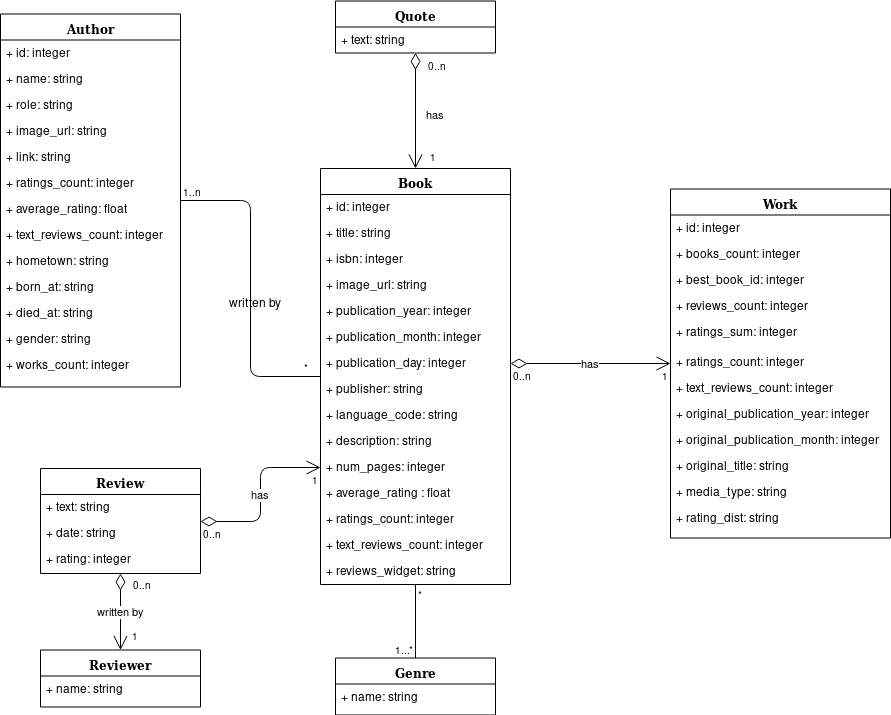
BeeMargarida/DAPI-FEUP keeps this draw.io diagram as reports/report_1/Data Model DAPI.png. Above is the earlier version. Source tidied: cells renumbered, new cells last; positions are measured from the earlier drawing's top-left corner, leaving out a move shared by most shapes.
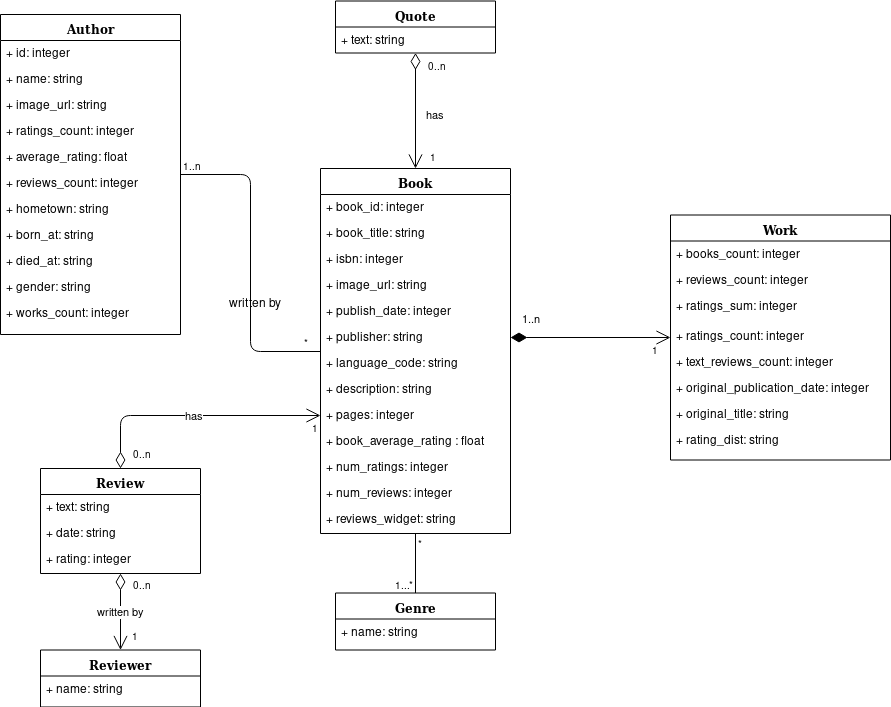
The same file after the commit.

Commit message:
updated data model png

Change to the diagram source:
```diff
@@ -3,7 +3,7 @@
     <mxCell id="0" />
     <mxCell id="1" parent="0" />
     <mxCell id="2" value="Author" style="swimlane;html=1;fontStyle=1;align=center;verticalAlign=top;horizontal=1;startSize=26;swimlaneFillColor=#ffffff;rounded=0;shadow=0;comic=0;labelBackgroundColor=none;strokeColor=#000000;strokeWidth=1;fillColor=none;fontFamily=Verdana;fontSize=12;fontColor=#000000;" parent="1" vertex="1">
-      <mxGeometry y="12.5" width="180" height="373" as="geometry" />
+      <mxGeometry y="13" width="180" height="320" as="geometry" />
     </mxCell>
     <mxCell id="3" value="+ id: integer" style="text;html=1;strokeColor=none;fillColor=none;align=left;verticalAlign=top;spacingLeft=4;spacingRight=4;whiteSpace=wrap;overflow=hidden;" parent="2" vertex="1">
       <mxGeometry y="26" width="180" height="26" as="geometry" />
@@ -11,46 +11,40 @@
     <mxCell id="4" value="+ name: string " style="text;html=1;strokeColor=none;fillColor=none;align=left;verticalAlign=top;spacingLeft=4;spacingRight=4;whiteSpace=wrap;overflow=hidden;" parent="2" vertex="1">
       <mxGeometry y="52" width="180" height="26" as="geometry" />
     </mxCell>
-    <mxCell id="5" value="+ role: string" style="text;html=1;strokeColor=none;fillColor=none;align=left;verticalAlign=top;spacingLeft=4;spacingRight=4;whiteSpace=wrap;overflow=hidden;" parent="2" vertex="1">
-      <mxGeometry y="78" width="180" height="26" as="geometry" />
-    </mxCell>
     <mxCell id="6" value="+ image_url: string" style="text;html=1;strokeColor=none;fillColor=none;align=left;verticalAlign=top;spacingLeft=4;spacingRight=4;whiteSpace=wrap;overflow=hidden;" parent="2" vertex="1">
-      <mxGeometry y="104" width="180" height="26" as="geometry" />
+      <mxGeometry y="78" width="180" height="26" as="geometry" />
     </mxCell>
-    <mxCell id="7" value="+ link: string" style="text;html=1;strokeColor=none;fillColor=none;align=left;verticalAlign=top;spacingLeft=4;spacingRight=4;whiteSpace=wrap;overflow=hidden;" parent="2" vertex="1">
-      <mxGeometry y="130" width="180" height="26" as="geometry" />
-    </mxCell>
     <mxCell id="8" value="+ ratings_count: integer" style="text;html=1;strokeColor=none;fillColor=none;align=left;verticalAlign=top;spacingLeft=4;spacingRight=4;whiteSpace=wrap;overflow=hidden;" parent="2" vertex="1">
-      <mxGeometry y="156" width="180" height="26" as="geometry" />
+      <mxGeometry y="104" width="180" height="26" as="geometry" />
     </mxCell>
     <mxCell id="9" value="+ average_rating: float" style="text;html=1;strokeColor=none;fillColor=none;align=left;verticalAlign=top;spacingLeft=4;spacingRight=4;whiteSpace=wrap;overflow=hidden;" parent="2" vertex="1">
-      <mxGeometry y="182" width="180" height="26" as="geometry" />
+      <mxGeometry y="130" width="180" height="26" as="geometry" />
     </mxCell>
-    <mxCell id="10" value="+ text_reviews_count: integer" style="text;html=1;strokeColor=none;fillColor=none;align=left;verticalAlign=top;spacingLeft=4;spacingRight=4;whiteSpace=wrap;overflow=hidden;" parent="2" vertex="1">
-      <mxGeometry y="208" width="180" height="26" as="geometry" />
+    <mxCell id="10" value="+ reviews_count: integer" style="text;html=1;strokeColor=none;fillColor=none;align=left;verticalAlign=top;spacingLeft=4;spacingRight=4;whiteSpace=wrap;overflow=hidden;" parent="2" vertex="1">
+      <mxGeometry y="156" width="180" height="26" as="geometry" />
     </mxCell>
     <mxCell id="11" value="+ hometown: string" style="text;html=1;strokeColor=none;fillColor=none;align=left;verticalAlign=top;spacingLeft=4;spacingRight=4;whiteSpace=wrap;overflow=hidden;" parent="2" vertex="1">
-      <mxGeometry y="234" width="180" height="26" as="geometry" />
+      <mxGeometry y="182" width="180" height="26" as="geometry" />
     </mxCell>
     <mxCell id="12" value="+ born_at: string" style="text;html=1;strokeColor=none;fillColor=none;align=left;verticalAlign=top;spacingLeft=4;spacingRight=4;whiteSpace=wrap;overflow=hidden;" parent="2" vertex="1">
-      <mxGeometry y="260" width="180" height="26" as="geometry" />
+      <mxGeometry y="208" width="180" height="26" as="geometry" />
     </mxCell>
     <mxCell id="13" value="+ died_at: string" style="text;html=1;strokeColor=none;fillColor=none;align=left;verticalAlign=top;spacingLeft=4;spacingRight=4;whiteSpace=wrap;overflow=hidden;" parent="2" vertex="1">
-      <mxGeometry y="286" width="180" height="26" as="geometry" />
+      <mxGeometry y="234" width="180" height="26" as="geometry" />
     </mxCell>
     <mxCell id="14" value="+ gender: string" style="text;html=1;strokeColor=none;fillColor=none;align=left;verticalAlign=top;spacingLeft=4;spacingRight=4;whiteSpace=wrap;overflow=hidden;" parent="2" vertex="1">
-      <mxGeometry y="312" width="180" height="26" as="geometry" />
+      <mxGeometry y="260" width="180" height="26" as="geometry" />
     </mxCell>
     <mxCell id="15" value="+ works_count: integer" style="text;html=1;strokeColor=none;fillColor=none;align=left;verticalAlign=top;spacingLeft=4;spacingRight=4;whiteSpace=wrap;overflow=hidden;" parent="2" vertex="1">
-      <mxGeometry y="338" width="180" height="26" as="geometry" />
+      <mxGeometry y="286" width="180" height="26" as="geometry" />
     </mxCell>
     <mxCell id="16" value="Book" style="swimlane;html=1;fontStyle=1;align=center;verticalAlign=top;horizontal=1;startSize=26;swimlaneFillColor=#ffffff;rounded=0;shadow=0;comic=0;labelBackgroundColor=none;strokeColor=#000000;strokeWidth=1;fillColor=none;fontFamily=Verdana;fontSize=12;fontColor=#000000;" parent="1" vertex="1">
-      <mxGeometry x="320" y="167" width="190" height="416" as="geometry" />
+      <mxGeometry x="320" y="167" width="190" height="365" as="geometry" />
     </mxCell>
-    <mxCell id="17" value="+ id: integer" style="text;html=1;strokeColor=none;fillColor=none;align=left;verticalAlign=top;spacingLeft=4;spacingRight=4;whiteSpace=wrap;overflow=hidden;" parent="16" vertex="1">
+    <mxCell id="17" value="+ book_id: integer" style="text;html=1;strokeColor=none;fillColor=none;align=left;verticalAlign=top;spacingLeft=4;spacingRight=4;whiteSpace=wrap;overflow=hidden;" parent="16" vertex="1">
       <mxGeometry y="26" width="190" height="26" as="geometry" />
     </mxCell>
-    <mxCell id="18" value="+ title: string" style="text;html=1;strokeColor=none;fillColor=none;align=left;verticalAlign=top;spacingLeft=4;spacingRight=4;whiteSpace=wrap;overflow=hidden;" parent="16" vertex="1">
+    <mxCell id="18" value="+ book_title: string" style="text;html=1;strokeColor=none;fillColor=none;align=left;verticalAlign=top;spacingLeft=4;spacingRight=4;whiteSpace=wrap;overflow=hidden;" parent="16" vertex="1">
       <mxGeometry y="52" width="190" height="26" as="geometry" />
     </mxCell>
     <mxCell id="19" value="+ isbn: integer" style="text;html=1;strokeColor=none;fillColor=none;align=left;verticalAlign=top;spacingLeft=4;spacingRight=4;whiteSpace=wrap;overflow=hidden;" parent="16" vertex="1">
@@ -59,38 +53,32 @@
     <mxCell id="20" value="+ image_url: string" style="text;html=1;strokeColor=none;fillColor=none;align=left;verticalAlign=top;spacingLeft=4;spacingRight=4;whiteSpace=wrap;overflow=hidden;" parent="16" vertex="1">
       <mxGeometry y="104" width="190" height="26" as="geometry" />
     </mxCell>
-    <mxCell id="21" value="+ publication_year: integer" style="text;html=1;strokeColor=none;fillColor=none;align=left;verticalAlign=top;spacingLeft=4;spacingRight=4;whiteSpace=wrap;overflow=hidden;" parent="16" vertex="1">
+    <mxCell id="21" value="+ publish_date: integer" style="text;html=1;strokeColor=none;fillColor=none;align=left;verticalAlign=top;spacingLeft=4;spacingRight=4;whiteSpace=wrap;overflow=hidden;" parent="16" vertex="1">
       <mxGeometry y="130" width="190" height="26" as="geometry" />
     </mxCell>
-    <mxCell id="22" value="+ publication_month: integer" style="text;html=1;strokeColor=none;fillColor=none;align=left;verticalAlign=top;spacingLeft=4;spacingRight=4;whiteSpace=wrap;overflow=hidden;" parent="16" vertex="1">
-      <mxGeometry y="156" width="190" height="26" as="geometry" />
-    </mxCell>
-    <mxCell id="23" value="&lt;div&gt;+ publication_day: integer&lt;br&gt;&lt;/div&gt;" style="text;html=1;strokeColor=none;fillColor=none;align=left;verticalAlign=top;spacingLeft=4;spacingRight=4;whiteSpace=wrap;overflow=hidden;points=[[0,0.5],[1,0.5]];portConstraint=eastwest;" parent="16" vertex="1">
-      <mxGeometry y="182" width="190" height="26" as="geometry" />
-    </mxCell>
     <mxCell id="24" value="&lt;div&gt;+ publisher: string&lt;br&gt;&lt;/div&gt;" style="text;html=1;strokeColor=none;fillColor=none;align=left;verticalAlign=top;spacingLeft=4;spacingRight=4;whiteSpace=wrap;overflow=hidden;" parent="16" vertex="1">
-      <mxGeometry y="208" width="190" height="26" as="geometry" />
+      <mxGeometry y="156" width="190" height="26" as="geometry" />
     </mxCell>
     <mxCell id="25" value="&lt;div&gt;+ language_code: string&lt;br&gt;&lt;/div&gt;" style="text;html=1;strokeColor=none;fillColor=none;align=left;verticalAlign=top;spacingLeft=4;spacingRight=4;whiteSpace=wrap;overflow=hidden;" parent="16" vertex="1">
-      <mxGeometry y="234" width="190" height="26" as="geometry" />
+      <mxGeometry y="182" width="190" height="26" as="geometry" />
     </mxCell>
     <mxCell id="26" value="&lt;div&gt;+ description: string&lt;br&gt;&lt;/div&gt;" style="text;html=1;strokeColor=none;fillColor=none;align=left;verticalAlign=top;spacingLeft=4;spacingRight=4;whiteSpace=wrap;overflow=hidden;" parent="16" vertex="1">
-      <mxGeometry y="260" width="190" height="26" as="geometry" />
+      <mxGeometry y="208" width="190" height="26" as="geometry" />
     </mxCell>
-    <mxCell id="27" value="&lt;div&gt;+ num_pages: integer&lt;br&gt;&lt;/div&gt;" style="text;html=1;strokeColor=none;fillColor=none;align=left;verticalAlign=top;spacingLeft=4;spacingRight=4;whiteSpace=wrap;overflow=hidden;points=[[0,0.5],[1,0.5]];portConstraint=eastwest;" parent="16" vertex="1">
-      <mxGeometry y="286" width="190" height="26" as="geometry" />
+    <mxCell id="27" value="&lt;div&gt;+ pages: integer&lt;br&gt;&lt;/div&gt;" style="text;html=1;strokeColor=none;fillColor=none;align=left;verticalAlign=top;spacingLeft=4;spacingRight=4;whiteSpace=wrap;overflow=hidden;points=[[0,0.5],[1,0.5]];portConstraint=eastwest;" parent="16" vertex="1">
+      <mxGeometry y="234" width="190" height="26" as="geometry" />
     </mxCell>
-    <mxCell id="28" value="&lt;div&gt;+ average_rating : float&lt;/div&gt;&lt;div&gt;&lt;br&gt;&lt;/div&gt;" style="text;html=1;strokeColor=none;fillColor=none;align=left;verticalAlign=top;spacingLeft=4;spacingRight=4;whiteSpace=wrap;overflow=hidden;" parent="16" vertex="1">
-      <mxGeometry y="312" width="190" height="26" as="geometry" />
+    <mxCell id="28" value="&lt;div&gt;+ book_average_rating : float&lt;/div&gt;&lt;div&gt;&lt;br&gt;&lt;/div&gt;" style="text;html=1;strokeColor=none;fillColor=none;align=left;verticalAlign=top;spacingLeft=4;spacingRight=4;whiteSpace=wrap;overflow=hidden;" parent="16" vertex="1">
+      <mxGeometry y="260" width="190" height="26" as="geometry" />
     </mxCell>
-    <mxCell id="29" value="&lt;div&gt;+ ratings_count: integer&lt;br&gt;&lt;/div&gt;" style="text;html=1;strokeColor=none;fillColor=none;align=left;verticalAlign=top;spacingLeft=4;spacingRight=4;whiteSpace=wrap;overflow=hidden;" parent="16" vertex="1">
-      <mxGeometry y="338" width="190" height="26" as="geometry" />
+    <mxCell id="29" value="&lt;div&gt;+ num_ratings: integer&lt;br&gt;&lt;/div&gt;" style="text;html=1;strokeColor=none;fillColor=none;align=left;verticalAlign=top;spacingLeft=4;spacingRight=4;whiteSpace=wrap;overflow=hidden;" parent="16" vertex="1">
+      <mxGeometry y="286" width="190" height="26" as="geometry" />
     </mxCell>
-    <mxCell id="30" value="&lt;div&gt;+ text_reviews_count: integer&lt;br&gt;&lt;/div&gt;" style="text;html=1;strokeColor=none;fillColor=none;align=left;verticalAlign=top;spacingLeft=4;spacingRight=4;whiteSpace=wrap;overflow=hidden;" parent="16" vertex="1">
-      <mxGeometry y="364" width="190" height="26" as="geometry" />
+    <mxCell id="30" value="&lt;div&gt;+ num_reviews: integer&lt;br&gt;&lt;/div&gt;" style="text;html=1;strokeColor=none;fillColor=none;align=left;verticalAlign=top;spacingLeft=4;spacingRight=4;whiteSpace=wrap;overflow=hidden;" parent="16" vertex="1">
+      <mxGeometry y="312" width="190" height="26" as="geometry" />
     </mxCell>
     <mxCell id="31" value="&lt;div&gt;+ reviews_widget: string&lt;br&gt;&lt;/div&gt;" style="text;html=1;strokeColor=none;fillColor=none;align=left;verticalAlign=top;spacingLeft=4;spacingRight=4;whiteSpace=wrap;overflow=hidden;" parent="16" vertex="1">
-      <mxGeometry y="390" width="190" height="26" as="geometry" />
+      <mxGeometry y="338" width="190" height="26" as="geometry" />
     </mxCell>
     <mxCell id="32" value="&lt;div&gt;Review&lt;/div&gt;" style="swimlane;html=1;fontStyle=1;align=center;verticalAlign=top;horizontal=1;startSize=26;swimlaneFillColor=#ffffff;rounded=0;shadow=0;comic=0;labelBackgroundColor=none;strokeColor=#000000;strokeWidth=1;fillColor=none;fontFamily=Verdana;fontSize=12;fontColor=#000000;" parent="1" vertex="1">
       <mxGeometry x="40" y="467" width="160" height="105" as="geometry" />
@@ -117,46 +105,34 @@
       <mxGeometry y="26" width="160" height="26" as="geometry" />
     </mxCell>
     <mxCell id="40" value="&lt;div&gt;Work&lt;/div&gt;" style="swimlane;html=1;fontStyle=1;align=center;verticalAlign=top;horizontal=1;startSize=26;swimlaneFillColor=#ffffff;rounded=0;shadow=0;comic=0;labelBackgroundColor=none;strokeColor=#000000;strokeWidth=1;fillColor=none;fontFamily=Verdana;fontSize=12;fontColor=#000000;" parent="1" vertex="1">
-      <mxGeometry x="670" y="187.5" width="220" height="349" as="geometry" />
+      <mxGeometry x="670" y="213.5" width="220" height="245" as="geometry" />
     </mxCell>
-    <mxCell id="41" value="+ id: integer" style="text;html=1;strokeColor=none;fillColor=none;align=left;verticalAlign=top;spacingLeft=4;spacingRight=4;whiteSpace=wrap;overflow=hidden;" parent="40" vertex="1">
-      <mxGeometry y="26" width="220" height="26" as="geometry" />
-    </mxCell>
     <mxCell id="42" value="+ books_count: integer" style="text;html=1;strokeColor=none;fillColor=none;align=left;verticalAlign=top;spacingLeft=4;spacingRight=4;whiteSpace=wrap;overflow=hidden;" parent="40" vertex="1">
-      <mxGeometry y="52" width="220" height="26" as="geometry" />
+      <mxGeometry y="26" width="220" height="26" as="geometry" />
     </mxCell>
-    <mxCell id="43" value="+ best_book_id: integer" style="text;html=1;strokeColor=none;fillColor=none;align=left;verticalAlign=top;spacingLeft=4;spacingRight=4;whiteSpace=wrap;overflow=hidden;" parent="40" vertex="1">
-      <mxGeometry y="78" width="220" height="26" as="geometry" />
-    </mxCell>
     <mxCell id="44" value="+ reviews_count: integer" style="text;html=1;strokeColor=none;fillColor=none;align=left;verticalAlign=top;spacingLeft=4;spacingRight=4;whiteSpace=wrap;overflow=hidden;" parent="40" vertex="1">
-      <mxGeometry y="104" width="220" height="26" as="geometry" />
+      <mxGeometry y="52" width="220" height="26" as="geometry" />
     </mxCell>
     <mxCell id="45" value="+ ratings_sum: integer" style="text;html=1;strokeColor=none;fillColor=none;align=left;verticalAlign=top;spacingLeft=4;spacingRight=4;whiteSpace=wrap;overflow=hidden;" parent="40" vertex="1">
-      <mxGeometry y="130" width="220" height="30" as="geometry" />
+      <mxGeometry y="78" width="220" height="30" as="geometry" />
     </mxCell>
     <mxCell id="46" value="+ ratings_count: integer" style="text;html=1;strokeColor=none;fillColor=none;align=left;verticalAlign=top;spacingLeft=4;spacingRight=4;whiteSpace=wrap;overflow=hidden;" parent="40" vertex="1">
-      <mxGeometry y="160" width="220" height="26" as="geometry" />
+      <mxGeometry y="108" width="220" height="26" as="geometry" />
     </mxCell>
     <mxCell id="47" value="+ text_reviews_count: integer" style="text;html=1;strokeColor=none;fillColor=none;align=left;verticalAlign=top;spacingLeft=4;spacingRight=4;whiteSpace=wrap;overflow=hidden;" parent="40" vertex="1">
-      <mxGeometry y="186" width="220" height="26" as="geometry" />
+      <mxGeometry y="134" width="220" height="26" as="geometry" />
     </mxCell>
-    <mxCell id="48" value="+ original_publication_year: integer" style="text;html=1;strokeColor=none;fillColor=none;align=left;verticalAlign=top;spacingLeft=4;spacingRight=4;whiteSpace=wrap;overflow=hidden;" parent="40" vertex="1">
-      <mxGeometry y="212" width="220" height="26" as="geometry" />
+    <mxCell id="48" value="+ original_publication_date: integer" style="text;html=1;strokeColor=none;fillColor=none;align=left;verticalAlign=top;spacingLeft=4;spacingRight=4;whiteSpace=wrap;overflow=hidden;" parent="40" vertex="1">
+      <mxGeometry y="160" width="220" height="26" as="geometry" />
     </mxCell>
-    <mxCell id="49" value="+ original_publication_month: integer" style="text;html=1;strokeColor=none;fillColor=none;align=left;verticalAlign=top;spacingLeft=4;spacingRight=4;whiteSpace=wrap;overflow=hidden;" parent="40" vertex="1">
-      <mxGeometry y="238" width="220" height="26" as="geometry" />
-    </mxCell>
     <mxCell id="50" value="+ original_title: string" style="text;html=1;strokeColor=none;fillColor=none;align=left;verticalAlign=top;spacingLeft=4;spacingRight=4;whiteSpace=wrap;overflow=hidden;" parent="40" vertex="1">
-      <mxGeometry y="264" width="220" height="26" as="geometry" />
+      <mxGeometry y="186" width="220" height="26" as="geometry" />
     </mxCell>
-    <mxCell id="51" value="+ media_type: string" style="text;html=1;strokeColor=none;fillColor=none;align=left;verticalAlign=top;spacingLeft=4;spacingRight=4;whiteSpace=wrap;overflow=hidden;" parent="40" vertex="1">
-      <mxGeometry y="290" width="220" height="26" as="geometry" />
-    </mxCell>
     <mxCell id="52" value="+ rating_dist: string" style="text;html=1;strokeColor=none;fillColor=none;align=left;verticalAlign=top;spacingLeft=4;spacingRight=4;whiteSpace=wrap;overflow=hidden;" parent="40" vertex="1">
-      <mxGeometry y="316" width="220" height="26" as="geometry" />
+      <mxGeometry y="212" width="220" height="26" as="geometry" />
     </mxCell>
     <mxCell id="53" value="Genre" style="swimlane;html=1;fontStyle=1;align=center;verticalAlign=top;horizontal=1;startSize=26;swimlaneFillColor=#ffffff;rounded=0;shadow=0;comic=0;labelBackgroundColor=none;strokeColor=#000000;strokeWidth=1;fillColor=none;fontFamily=Verdana;fontSize=12;fontColor=#000000;" parent="1" vertex="1">
-      <mxGeometry x="335" y="656.5" width="160" height="57" as="geometry" />
+      <mxGeometry x="335" y="591.5" width="160" height="57" as="geometry" />
     </mxCell>
     <mxCell id="54" value="+ name: string" style="text;html=1;strokeColor=none;fillColor=none;align=left;verticalAlign=top;spacingLeft=4;spacingRight=4;whiteSpace=wrap;overflow=hidden;" parent="53" vertex="1">
       <mxGeometry y="26" width="160" height="26" as="geometry" />
@@ -174,15 +150,6 @@
         <mxPoint x="23" y="-24.5" as="offset" />
       </mxGeometry>
     </mxCell>
-    <mxCell id="58" value="has" style="endArrow=open;html=1;endSize=12;startArrow=diamondThin;startSize=14;startFill=0;edgeStyle=orthogonalEdgeStyle;exitX=1;exitY=0.5;exitDx=0;exitDy=0;" parent="1" edge="1" source="23" target="40">
-      <mxGeometry relative="1" as="geometry" />
-    </mxCell>
-    <mxCell id="59" value="0..n" style="html=1;align=left;verticalAlign=top;labelBackgroundColor=#ffffff;fontSize=10;" parent="58" vertex="1">
-      <mxGeometry x="-1" relative="1" as="geometry" />
-    </mxCell>
-    <mxCell id="60" value="1" style="html=1;align=right;verticalAlign=top;labelBackgroundColor=#ffffff;fontSize=10;" parent="58" vertex="1">
-      <mxGeometry x="1" relative="1" as="geometry" />
-    </mxCell>
     <mxCell id="61" style="endArrow=none;html=1;edgeStyle=orthogonalEdgeStyle;" parent="1" edge="1" source="16" target="53">
       <mxGeometry relative="1" as="geometry" />
     </mxCell>
@@ -198,7 +165,9 @@
       <mxGeometry relative="1" as="geometry" />
     </mxCell>
     <mxCell id="65" value="0..n" style="html=1;align=left;verticalAlign=top;labelBackgroundColor=#ffffff;fontSize=10;" parent="64" vertex="1">
-      <mxGeometry x="-1" relative="1" as="geometry" />
+      <mxGeometry x="-1" relative="1" as="geometry">
+        <mxPoint x="10" y="-27" as="offset" />
+      </mxGeometry>
     </mxCell>
     <mxCell id="66" value="1" style="html=1;align=right;verticalAlign=top;labelBackgroundColor=#ffffff;fontSize=10;" parent="64" vertex="1">
       <mxGeometry x="1" relative="1" as="geometry" />
@@ -230,5 +199,13 @@
     <mxCell id="73" value="written by" style="text;html=1;align=center;verticalAlign=middle;fillColor=none;strokeColor=none;rounded=0;" parent="1" vertex="1">
       <mxGeometry x="220" y="291.5" width="70" height="20" as="geometry" />
     </mxCell>
+    <mxCell id="74" value="1..n" style="endArrow=open;html=1;endSize=12;startArrow=diamondThin;startSize=14;startFill=1;edgeStyle=orthogonalEdgeStyle;align=left;verticalAlign=bottom;exitX=1;exitY=0.5;exitDx=0;exitDy=0;" parent="1" edge="1" target="40">
+      <mxGeometry x="-0.88" y="10" relative="1" as="geometry">
+        <mxPoint x="510" y="336" as="sourcePoint" />
+      </mxGeometry>
+    </mxCell>
+    <mxCell id="60" value="1" style="html=1;align=right;verticalAlign=top;labelBackgroundColor=#ffffff;fontSize=10;" parent="1" vertex="1">
+      <mxGeometry x="660" y="336" as="geometry" />
+    </mxCell>
   </root>
 </mxGraphModel>
```
